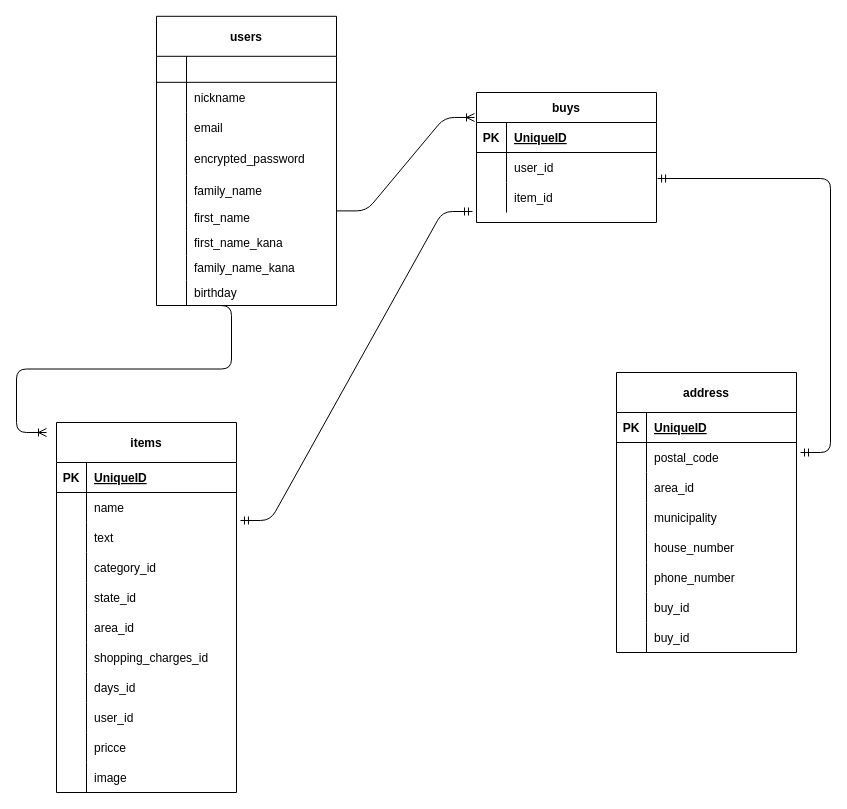
noah1216/furima-33511 keeps this draw.io diagram as test.dio. Above is the earlier version. Source tidied: cells renumbered, new cells numbered last; positions are measured from the earlier drawing's top-left corner, leaving out a move shared by most shapes. Both pictures are drawn from the tidied source at 100%, with x=0, y=0 at pixel (46, 16).
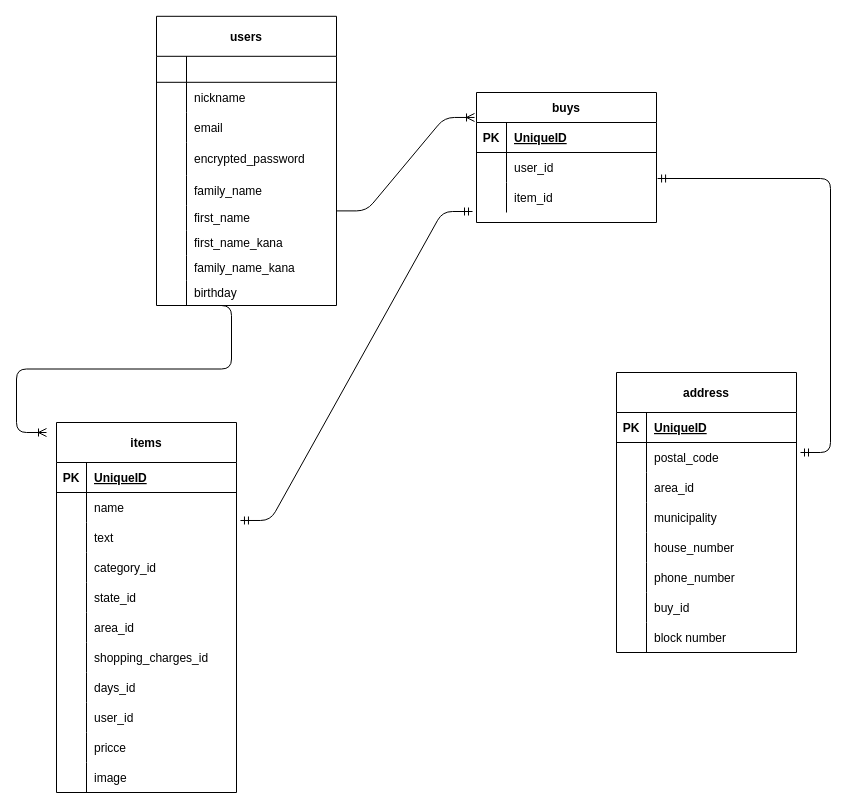
The same page after the edit.

Commit message:
コンフリクト解消

The change refers to these unchanged cells:
```xml
<mxCell id="24" style="shape=partialRectangle;fillColor=none;top=0;left=0;bottom=0;right=0;" parent="2" vertex="1">
  <mxGeometry y="250" width="180" height="30" as="geometry" />
</mxCell>
```

What changed in the source:
```diff
@@
-    <mxCell id="26" value="buy_id" style="shape=partialRectangle;fillColor=none;top=0;left=0;bottom=0;right=0;align=left;spacingLeft=6;overflow=hidden;" parent="24" vertex="1">
+    <mxCell id="26" value="block number" style="shape=partialRectangle;fillColor=none;top=0;left=0;bottom=0;right=0;align=left;spacingLeft=6;overflow=hidden;" parent="24" vertex="1">
       <mxGeometry x="30" width="150" height="30" as="geometry" />
     </mxCell>
```
